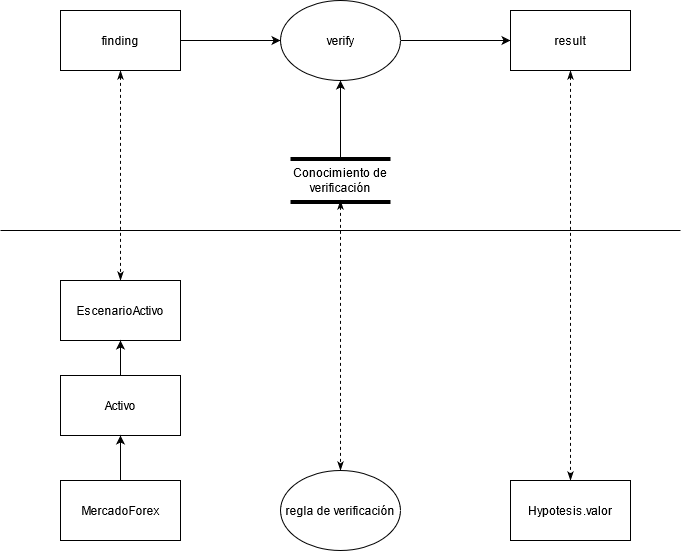
Before: practica/imagenes/verify12.png, a diagram exported from draw.io (weltonvs/DSI). Source tidied: cells renumbered, new cells last; positions are measured from the earlier drawing's top-left corner, leaving out a move shared by most shapes.
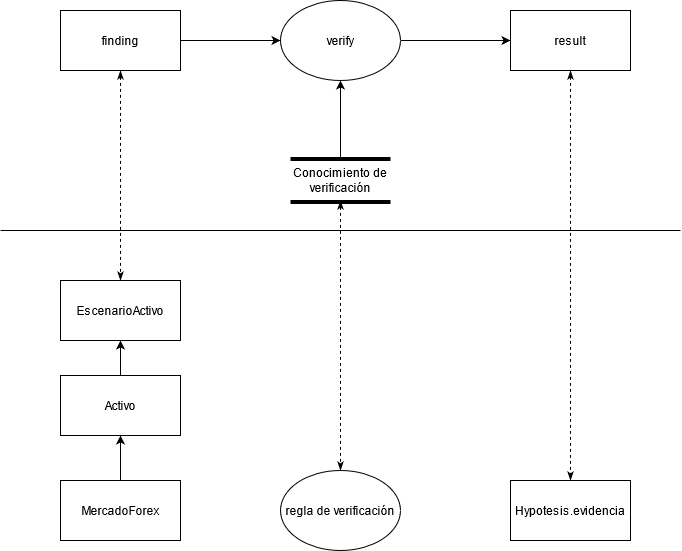
The same diagram one commit later.

Change to the diagram source:
```diff
@@ -26,7 +26,7 @@
     <mxCell id="9" value="result" style="whiteSpace=wrap;html=1;" parent="1" vertex="1">
       <mxGeometry x="510" y="10" width="120" height="60" as="geometry" />
     </mxCell>
-    <mxCell id="10" value="Hypotesis.valor" style="whiteSpace=wrap;html=1;" parent="1" vertex="1">
+    <mxCell id="10" value="Hypotesis.evidencia" style="whiteSpace=wrap;html=1;" parent="1" vertex="1">
       <mxGeometry x="510" y="480" width="120" height="60" as="geometry" />
     </mxCell>
     <mxCell id="11" value="EscenarioActivo" style="rounded=0;whiteSpace=wrap;html=1;" parent="1" vertex="1">
```
